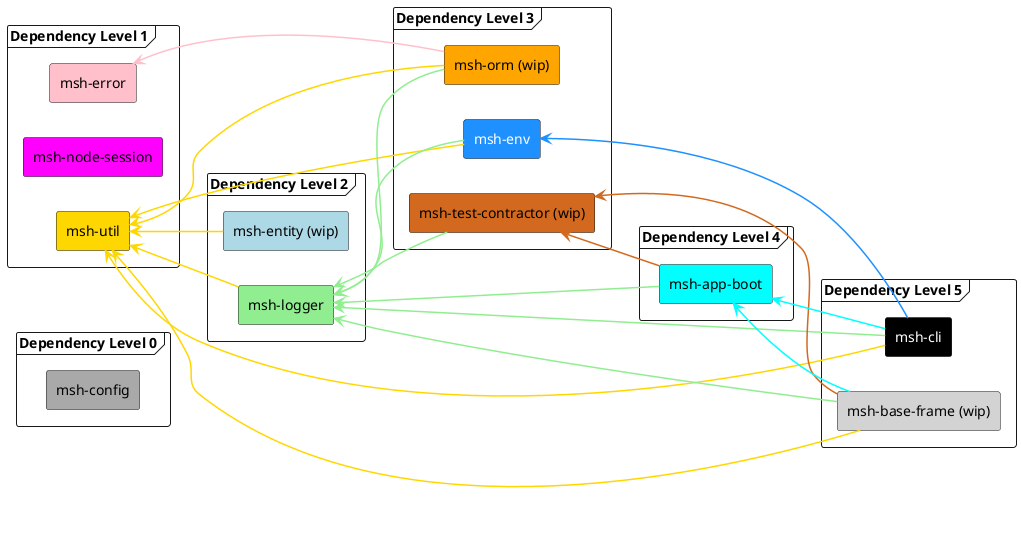
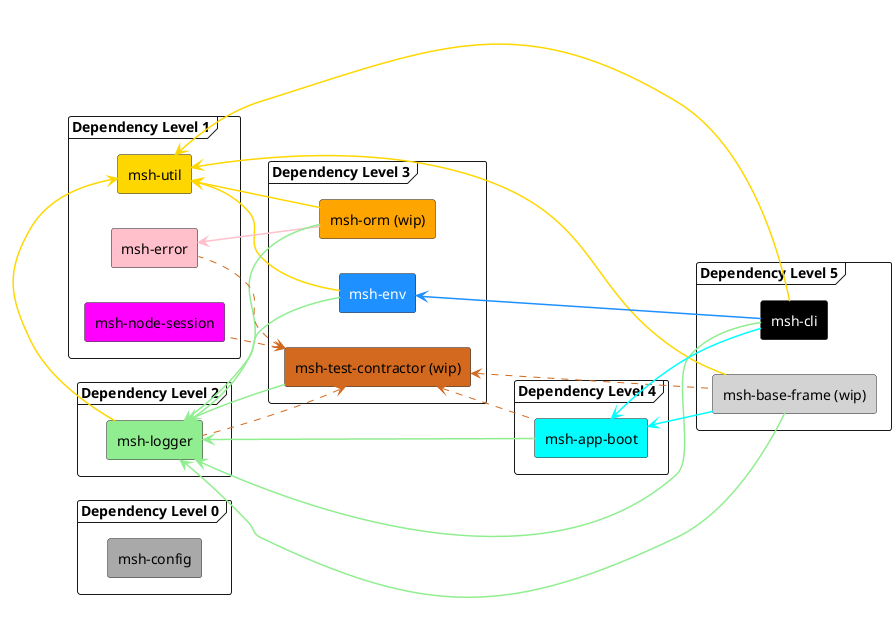
@startuml
left to right direction

<style>
arrow {
  LineThickness 1.5
}
</style>

!$config_color = darkgray
!$util_color = gold
!$node_session_color = Magenta
!$error_color = pink
!$logger_color = lightgreen
!$env_color = DodgerBlue
!$app_boot_color = cyan
!$cli_color = black
- !$entity_color = lightblue
!$orm_color = orange
!$test_contractor_color = chocolate
!$base_frame_color = lightgray

frame "Dependency Level 0" as dep_level_0 {
	rectangle "msh-config" as config [[https://github.com/beecode-rs/msh-config]] #$config_color
}

frame "Dependency Level 1" as dep_level_1 {
	rectangle "msh-error" as error [[https://github.com/beecode-rs/msh-error]] #$error_color
	rectangle "msh-node-session" as node_session [[https://github.com/beecode-rs/msh-node-session]] #$node_session_color
	rectangle "msh-util" as util [[https://github.com/beecode-rs/msh-util]] #$util_color
}

frame "Dependency Level 2" as dep_level_2 {
	rectangle "msh-logger" as logger [[https://github.com/beecode-rs/msh-logger]] #$logger_color
- 	rectangle "msh-entity (wip)" as entity [[https://github.com/beecode-rs/msh-entity]] #$entity_color
}

frame "Dependency Level 3" as dep_level_3 {
	rectangle "msh-orm (wip)" as orm [[https://github.com/beecode-rs/msh-orm]] #$orm_color
	rectangle "msh-env" as env [[https://github.com/beecode-rs/msh-env]] #$env_color;text:white
	rectangle "msh-test-contractor (wip)" as test_contractor [[https://github.com/beecode-rs/msh-test-contractor]] #$test_contractor_color
}

frame "Dependency Level 4" as dep_level_4 {
	rectangle "msh-app-boot" as app_boot [[https://github.com/beecode-rs/msh-app-boot]] #$app_boot_color
}

frame "Dependency Level 5" as dep_level_5 {
	rectangle "msh-base-frame (wip)" as base_frame [[https://github.com/beecode-rs/msh-base-frame]] #$base_frame_color
	rectangle "msh-cli" as cli [[https://github.com/beecode-rs/msh-cli]] #$cli_color;text:white
}

'--- Dependencies (arrows point from dependent → dependency) ---

- ' msh-util (6 dependents)
+ ' msh-util (5 dependents)
util <-- logger #$util_color
- util <-- entity #$util_color
util <-- orm #$util_color
util <-- env #$util_color
util <-- cli #$util_color
util <-- base_frame #$util_color

' msh-error (1 dependent)
error <-- orm #$error_color

' msh-logger (6 dependents)
logger <-- test_contractor #$logger_color
logger <-- env #$logger_color
logger <-- app_boot #$logger_color
logger <-- cli #$logger_color
logger <-- base_frame #$logger_color
logger <-- orm #$logger_color

- ' msh-test-contractor (2 dependents)
- test_contractor <-- app_boot #$test_contractor_color
- test_contractor <-- base_frame #$test_contractor_color
+ ' msh-test-contractor (5 devDependents — dotted lines)
+ test_contractor <.. app_boot #$test_contractor_color
+ test_contractor <.. base_frame #$test_contractor_color
+ test_contractor <.. error #$test_contractor_color
+ test_contractor <.. logger #$test_contractor_color
+ test_contractor <.. node_session #$test_contractor_color

' msh-app-boot (2 dependents)
app_boot <-- cli #$app_boot_color
app_boot <-- base_frame #$app_boot_color

' msh-env (1 dependent)
env <-- cli #$env_color

@enduml
